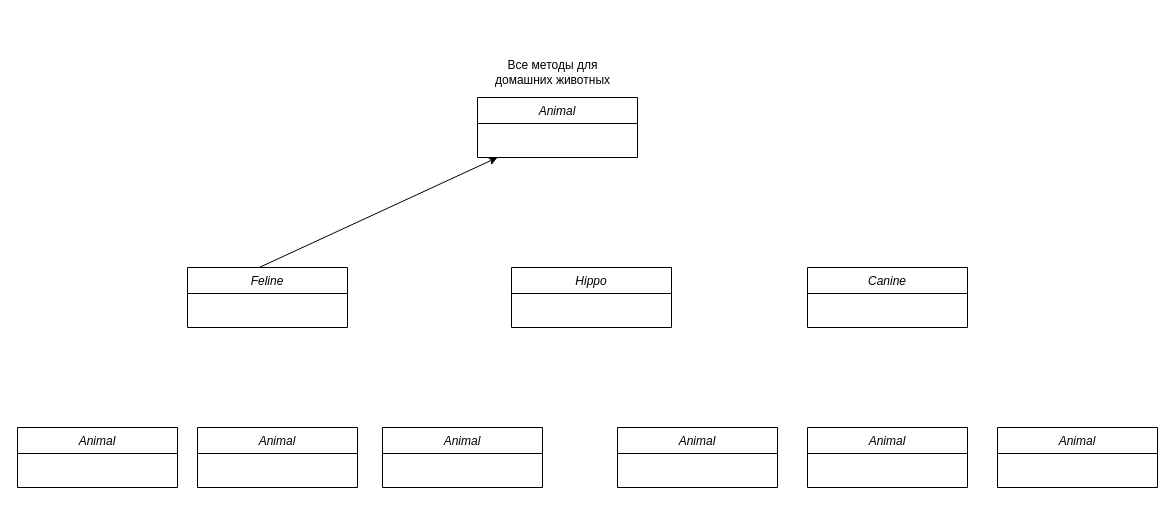
The draw.io diagram head-first/polimorphism.drawio in gennadiy-dev/diagrams, before the edit. Source tidied: cells renumbered, new cells numbered last; positions are measured from the earlier drawing's top-left corner, leaving out a move shared by most shapes. Both pictures are drawn from the tidied source at 100%, with x=0, y=0 at pixel (17, 57).
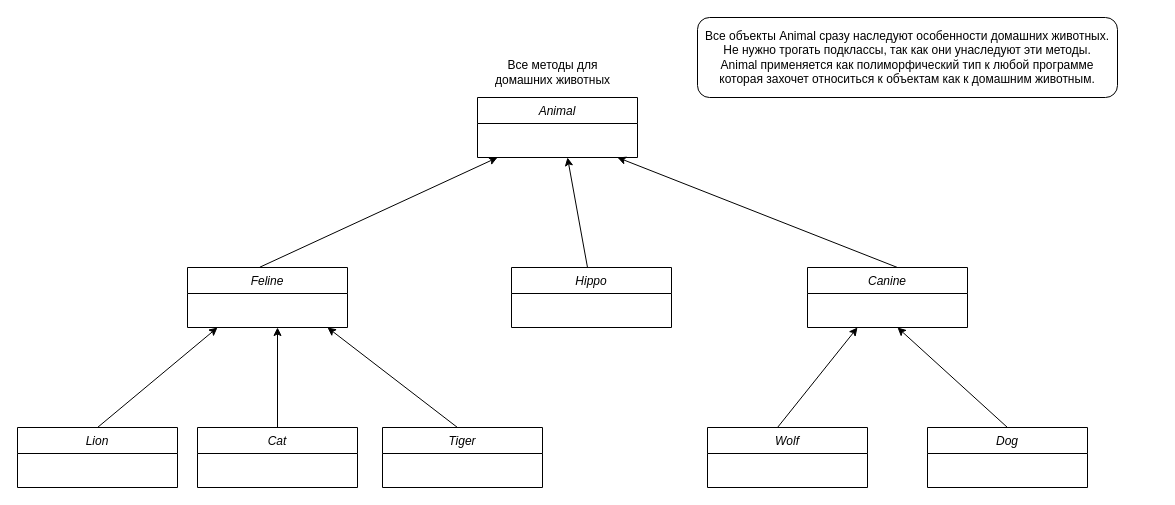
After the change.

Change to the diagram source:
```diff
@@
-    <mxCell id="5" value="Animal" style="swimlane;fontStyle=2;align=center;verticalAlign=top;horizontal=1;startSize=26;rounded=0;shadow=0;strokeWidth=1;" parent="1" vertex="1">
+    <mxCell id="5" value="Lion" style="swimlane;fontStyle=2;align=center;verticalAlign=top;horizontal=1;startSize=26;rounded=0;shadow=0;strokeWidth=1;" parent="1" vertex="1">
       <mxGeometry y="370" width="160" height="60" as="geometry" />
     </mxCell>
@@
-    <mxCell id="9" value="Animal" style="swimlane;fontStyle=2;align=center;verticalAlign=top;horizontal=1;startSize=26;rounded=0;shadow=0;strokeWidth=1;" parent="1" vertex="1">
+    <mxCell id="9" value="Cat" style="swimlane;fontStyle=2;align=center;verticalAlign=top;horizontal=1;startSize=26;rounded=0;shadow=0;strokeWidth=1;" parent="1" vertex="1">
       <mxGeometry x="180" y="370" width="160" height="60" as="geometry" />
     </mxCell>
-    <mxCell id="10" value="Animal" style="swimlane;fontStyle=2;align=center;verticalAlign=top;horizontal=1;startSize=26;rounded=0;shadow=0;strokeWidth=1;" parent="1" vertex="1">
+    <mxCell id="10" value="Tiger" style="swimlane;fontStyle=2;align=center;verticalAlign=top;horizontal=1;startSize=26;rounded=0;shadow=0;strokeWidth=1;" parent="1" vertex="1">
       <mxGeometry x="365" y="370" width="160" height="60" as="geometry" />
     </mxCell>
-    <mxCell id="11" value="Animal" style="swimlane;fontStyle=2;align=center;verticalAlign=top;horizontal=1;startSize=26;rounded=0;shadow=0;strokeWidth=1;" parent="1" vertex="1">
-      <mxGeometry x="980" y="370" width="160" height="60" as="geometry" />
-    </mxCell>
-    <mxCell id="12" value="Animal" style="swimlane;fontStyle=2;align=center;verticalAlign=top;horizontal=1;startSize=26;rounded=0;shadow=0;strokeWidth=1;" parent="1" vertex="1">
-      <mxGeometry x="790" y="370" width="160" height="60" as="geometry" />
+    <mxCell id="12" value="Dog" style="swimlane;fontStyle=2;align=center;verticalAlign=top;horizontal=1;startSize=26;rounded=0;shadow=0;strokeWidth=1;" parent="1" vertex="1">
+      <mxGeometry x="910" y="370" width="160" height="60" as="geometry" />
     </mxCell>
-    <mxCell id="13" value="Animal" style="swimlane;fontStyle=2;align=center;verticalAlign=top;horizontal=1;startSize=26;rounded=0;shadow=0;strokeWidth=1;" parent="1" vertex="1">
-      <mxGeometry x="600" y="370" width="160" height="60" as="geometry" />
+    <mxCell id="13" value="Wolf" style="swimlane;fontStyle=2;align=center;verticalAlign=top;horizontal=1;startSize=26;rounded=0;shadow=0;strokeWidth=1;" parent="1" vertex="1">
+      <mxGeometry x="690" y="370" width="160" height="60" as="geometry" />
     </mxCell>
+    <mxCell id="14" style="endArrow=classic;html=1;rounded=0;" parent="1" edge="1">
+      <mxGeometry relative="1" as="geometry">
+        <mxPoint x="760" y="370" as="sourcePoint" />
+        <mxPoint x="840" y="270" as="targetPoint" />
+      </mxGeometry>
+    </mxCell>
+    <mxCell id="15" style="endArrow=classic;html=1;rounded=0;exitX=0.5;exitY=0;exitDx=0;exitDy=0;" parent="1" edge="1" source="12">
+      <mxGeometry relative="1" as="geometry">
+        <mxPoint x="880" y="270" as="targetPoint" />
+      </mxGeometry>
+    </mxCell>
+    <mxCell id="16" style="endArrow=classic;html=1;rounded=0;" parent="1" edge="1">
+      <mxGeometry relative="1" as="geometry">
+        <mxPoint x="880" y="210" as="sourcePoint" />
+        <mxPoint x="600" y="100" as="targetPoint" />
+      </mxGeometry>
+    </mxCell>
+    <mxCell id="17" style="endArrow=classic;html=1;rounded=0;" parent="1" edge="1">
+      <mxGeometry relative="1" as="geometry">
+        <mxPoint x="80" y="370" as="sourcePoint" />
+        <mxPoint x="200" y="270" as="targetPoint" />
+      </mxGeometry>
+    </mxCell>
+    <mxCell id="18" style="endArrow=classic;html=1;rounded=0;" parent="1" edge="1">
+      <mxGeometry relative="1" as="geometry">
+        <mxPoint x="260" y="370" as="sourcePoint" />
+        <mxPoint x="260" y="270" as="targetPoint" />
+      </mxGeometry>
+    </mxCell>
+    <mxCell id="19" style="endArrow=classic;html=1;rounded=0;" parent="1" edge="1">
+      <mxGeometry relative="1" as="geometry">
+        <mxPoint x="440" y="370" as="sourcePoint" />
+        <mxPoint x="310" y="270" as="targetPoint" />
+      </mxGeometry>
+    </mxCell>
+    <mxCell id="20" style="endArrow=classic;html=1;rounded=0;" parent="1" edge="1">
+      <mxGeometry relative="1" as="geometry">
+        <mxPoint x="570" y="210" as="sourcePoint" />
+        <mxPoint x="550" y="100" as="targetPoint" />
+      </mxGeometry>
+    </mxCell>
+    <mxCell id="21" value="Все объекты Animal сразу наследуют особенности домашних животных.&lt;br&gt;Не нужно трогать подклассы, так как они унаследуют эти методы.&lt;br&gt;Animal применяется как полиморфический тип к любой программе&lt;br&gt;которая захочет относиться к объектам как к домашним животным." style="rounded=1;whiteSpace=wrap;html=1;" parent="1" vertex="1">
+      <mxGeometry x="680" y="-40" width="420" height="80" as="geometry" />
+    </mxCell>
```
